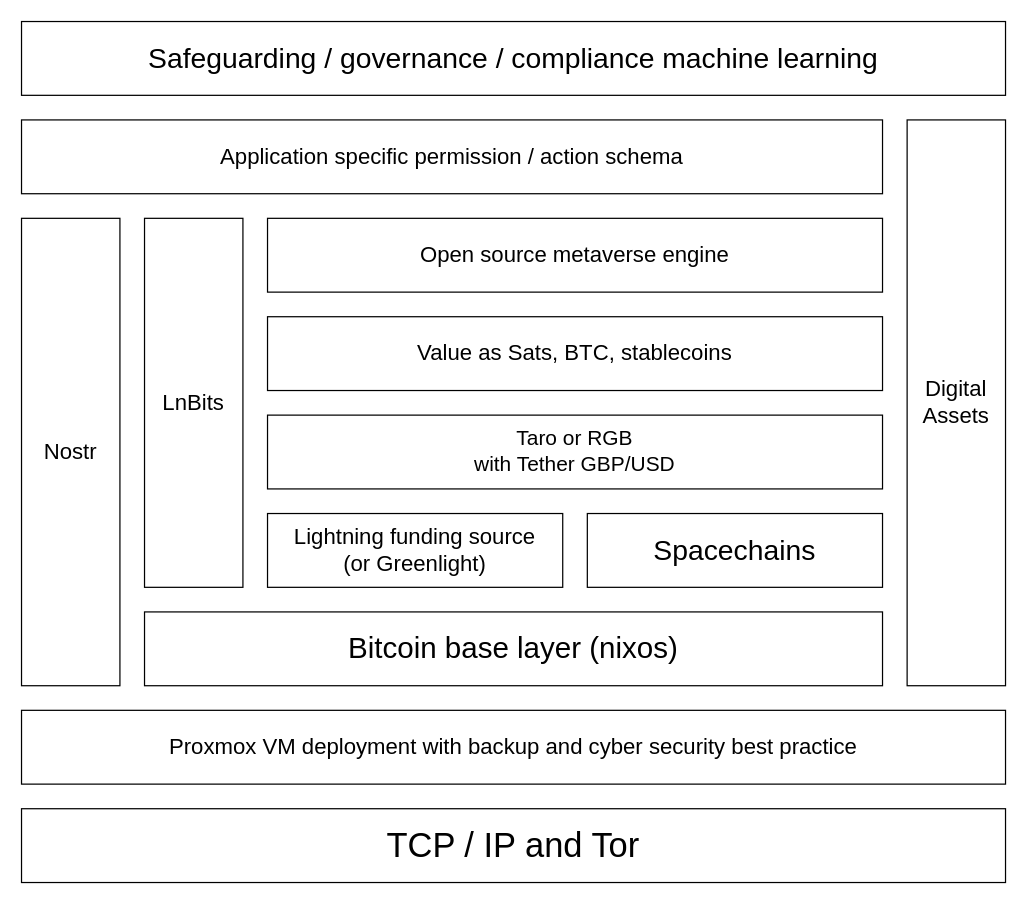
Above: Book/Images/HighLevelDiagram.drawio in jjohare/DigiSocConvergence (draw.io), before the change. Source tidied: cells renumbered, new cells numbered last; positions are measured from the earlier drawing's top-left corner, leaving out a move shared by most shapes. Both pictures are drawn from the tidied source at 123%, with x=0, y=0 at pixel (21, 21).
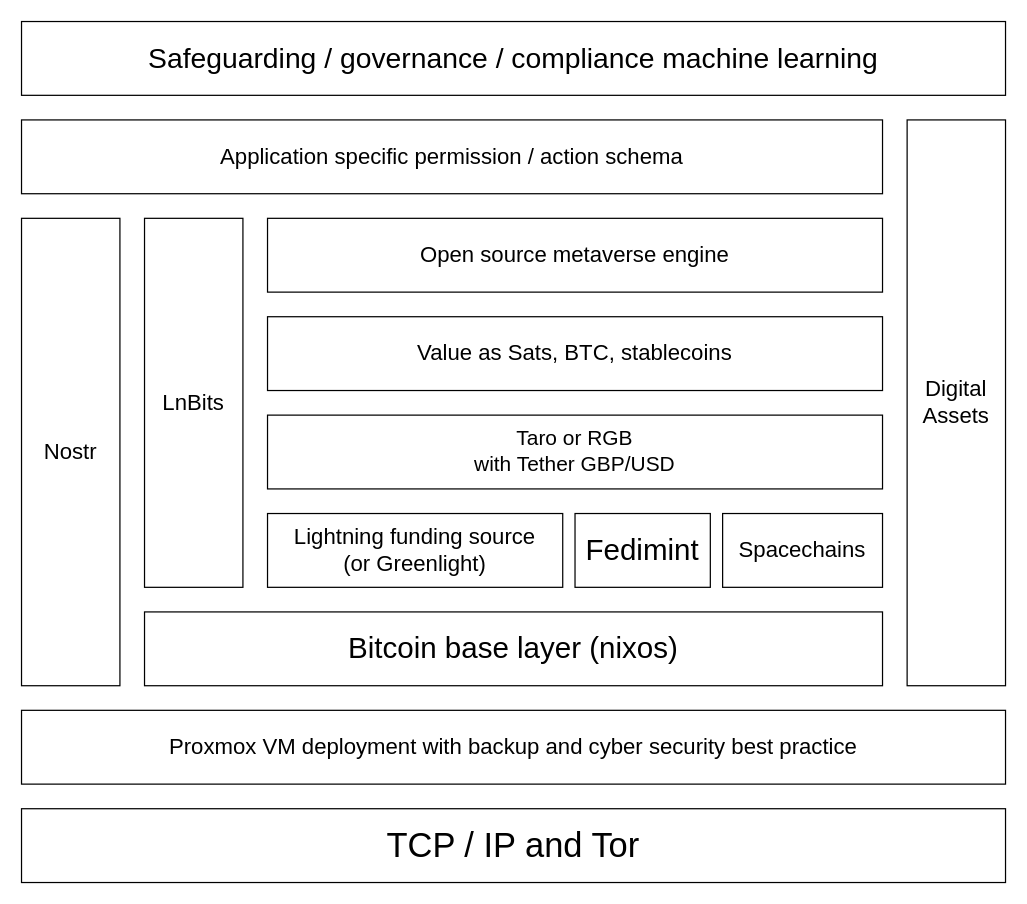
Above is the later version.

Change to the diagram source:
```diff
@@
 <mxGraphModel>
   <root>
     <mxCell id="0" />
     <mxCell id="1" parent="0" />
     <mxCell id="2" value="&lt;font style=&quot;font-size: 18px&quot;&gt;Application specific permission / action schema&lt;br&gt;&lt;/font&gt;" style="rounded=0;whiteSpace=wrap;html=1;" parent="1" vertex="1">
       <mxGeometry y="80" width="700" height="60" as="geometry" />
     </mxCell>
     <mxCell id="3" value="Nostr" style="rounded=0;whiteSpace=wrap;html=1;fontSize=18;" parent="1" vertex="1">
       <mxGeometry y="160" width="80" height="380" as="geometry" />
     </mxCell>
     <mxCell id="4" value="LnBits" style="rounded=0;whiteSpace=wrap;html=1;fontSize=18;" parent="1" vertex="1">
       <mxGeometry x="100" y="160" width="80" height="300" as="geometry" />
     </mxCell>
     <mxCell id="5" value="&lt;font style=&quot;font-size: 18px&quot;&gt;Open source metaverse engine&lt;/font&gt;" style="rounded=0;whiteSpace=wrap;html=1;" parent="1" vertex="1">
       <mxGeometry x="200" y="160" width="500" height="60" as="geometry" />
     </mxCell>
     <mxCell id="6" value="&lt;font style=&quot;font-size: 18px&quot;&gt;Value as Sats, BTC, stablecoins&lt;br&gt;&lt;/font&gt;" style="rounded=0;whiteSpace=wrap;html=1;" parent="1" vertex="1">
       <mxGeometry x="200" y="240" width="500" height="60" as="geometry" />
     </mxCell>
     <mxCell id="7" value="&lt;div style=&quot;font-size: 17px;&quot;&gt;&lt;font style=&quot;font-size: 17px;&quot;&gt;Taro or RGB&lt;/font&gt;&lt;/div&gt;&lt;div style=&quot;font-size: 17px;&quot;&gt;&lt;font style=&quot;font-size: 17px;&quot;&gt;with Tether GBP/USD&lt;br&gt;&lt;/font&gt;&lt;/div&gt;" style="rounded=0;whiteSpace=wrap;html=1;" parent="1" vertex="1">
       <mxGeometry x="200" y="320" width="500" height="60" as="geometry" />
     </mxCell>
     <mxCell id="8" value="&lt;div&gt;&lt;font style=&quot;font-size: 18px&quot;&gt;Lightning funding source&lt;/font&gt;&lt;/div&gt;&lt;div&gt;&lt;font style=&quot;font-size: 18px&quot;&gt;(or Greenlight)&lt;br&gt; &lt;/font&gt;&lt;/div&gt;" style="rounded=0;whiteSpace=wrap;html=1;" parent="1" vertex="1">
       <mxGeometry x="200" y="400" width="240" height="60" as="geometry" />
     </mxCell>
     <mxCell id="9" value="&lt;font style=&quot;font-size: 24px&quot;&gt;Bitcoin base layer (nixos)&lt;br&gt;&lt;/font&gt;" style="rounded=0;whiteSpace=wrap;html=1;" parent="1" vertex="1">
       <mxGeometry x="100" y="480" width="600" height="60" as="geometry" />
     </mxCell>
     <mxCell id="10" value="&lt;font style=&quot;font-size: 18px&quot;&gt;Proxmox VM deployment with backup and cyber security best practice&lt;/font&gt;" style="rounded=0;whiteSpace=wrap;html=1;" parent="1" vertex="1">
       <mxGeometry y="560" width="800" height="60" as="geometry" />
     </mxCell>
     <mxCell id="11" value="&lt;div&gt;Digital&lt;br&gt;&lt;/div&gt;&lt;div&gt;Assets&lt;/div&gt;" style="rounded=0;whiteSpace=wrap;html=1;fontSize=18;" parent="1" vertex="1">
       <mxGeometry x="720" y="80" width="80" height="460" as="geometry" />
     </mxCell>
-    <mxCell id="12" value="&lt;font style=&quot;font-size: 23px;&quot;&gt;Spacechains&lt;/font&gt;" style="rounded=0;whiteSpace=wrap;html=1;" parent="1" vertex="1">
-      <mxGeometry x="460" y="400" width="240" height="60" as="geometry" />
+    <mxCell id="12" value="&lt;font style=&quot;font-size: 18px;&quot;&gt;Spacechains&lt;/font&gt;" style="rounded=0;whiteSpace=wrap;html=1;" parent="1" vertex="1">
+      <mxGeometry x="570" y="400" width="130" height="60" as="geometry" />
     </mxCell>
     <mxCell id="13" value="&lt;font style=&quot;font-size: 23px;&quot;&gt;Safeguarding / governance / compliance machine learning&lt;/font&gt;" style="rounded=0;whiteSpace=wrap;html=1;" parent="1" vertex="1">
       <mxGeometry width="800" height="60" as="geometry" />
     </mxCell>
     <mxCell id="14" value="&lt;font style=&quot;font-size: 28px;&quot;&gt;TCP / IP and Tor&lt;br&gt;&lt;/font&gt;" style="rounded=0;whiteSpace=wrap;html=1;" parent="1" vertex="1">
       <mxGeometry y="640" width="800" height="60" as="geometry" />
     </mxCell>
+    <mxCell id="15" value="&lt;font style=&quot;font-size: 24px;&quot;&gt;Fedimint&lt;/font&gt;" style="rounded=0;whiteSpace=wrap;html=1;" parent="1" vertex="1">
+      <mxGeometry x="450" y="400" width="110" height="60" as="geometry" />
+    </mxCell>
   </root>
 </mxGraphModel>
```
